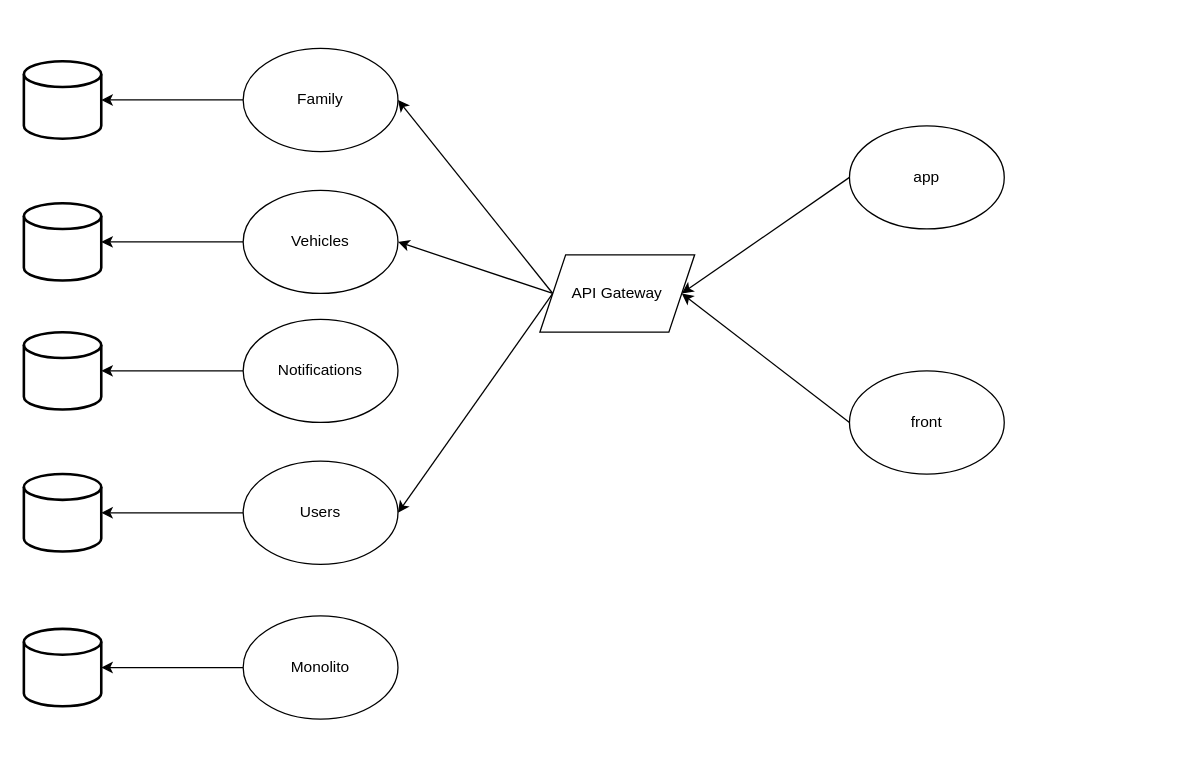
Earlier version of the draw.io diagram infra-diagram.drawio (BrianValdiviesoDev/curso-microservicios-ddd-ts). Source tidied: cells renumbered, new cells numbered last; positions are measured from the earlier drawing's top-left corner, leaving out a move shared by most shapes. Both pictures are drawn from the tidied source at 129%, with x=0, y=0 at pixel (23, 48).
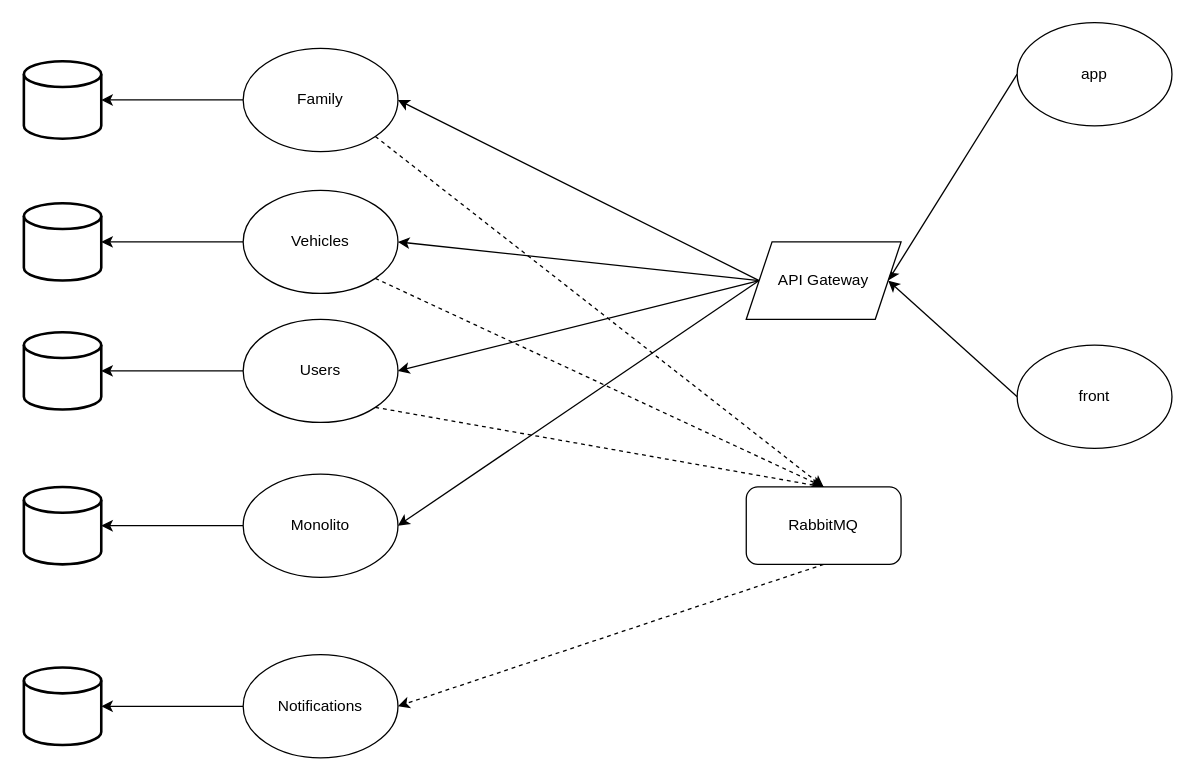
After the change.

Unchanged cells that the change refers to:
```xml
<mxCell id="5" value="Family" style="ellipse;whiteSpace=wrap;html=1;" parent="1" vertex="1">
  <mxGeometry x="170" width="120" height="80" as="geometry" />
</mxCell>
<mxCell id="7" value="Vehicles" style="ellipse;whiteSpace=wrap;html=1;" parent="1" vertex="1">
  <mxGeometry x="170" y="110" width="120" height="80" as="geometry" />
</mxCell>
```

The edit, as a diff of the source:
```diff
@@
+    <mxCell id="25" style="edgeStyle=none;html=1;exitX=1;exitY=1;exitDx=0;exitDy=0;entryX=0.5;entryY=0;entryDx=0;entryDy=0;dashed=1;" parent="1" edge="1" source="3" target="30">
+      <mxGeometry relative="1" as="geometry" />
+    </mxCell>
     <mxCell id="3" value="Users" style="ellipse;whiteSpace=wrap;html=1;" parent="1" vertex="1">
-      <mxGeometry x="170" y="320" width="120" height="80" as="geometry" />
+      <mxGeometry x="170" y="210" width="120" height="80" as="geometry" />
     </mxCell>
@@
+    <mxCell id="26" style="edgeStyle=none;html=1;exitX=1;exitY=1;exitDx=0;exitDy=0;entryX=0.5;entryY=0;entryDx=0;entryDy=0;dashed=1;" parent="1" edge="1" source="5" target="30">
+      <mxGeometry relative="1" as="geometry" />
+    </mxCell>
@@
+    <mxCell id="27" style="edgeStyle=none;html=1;exitX=1;exitY=1;exitDx=0;exitDy=0;entryX=0.5;entryY=0;entryDx=0;entryDy=0;dashed=1;" parent="1" edge="1" source="7" target="30">
+      <mxGeometry relative="1" as="geometry" />
+    </mxCell>
@@
     <mxCell id="9" value="Notifications" style="ellipse;whiteSpace=wrap;html=1;" parent="1" vertex="1">
-      <mxGeometry x="170" y="210" width="120" height="80" as="geometry" />
+      <mxGeometry x="170" y="470" width="120" height="80" as="geometry" />
     </mxCell>
@@
     <mxCell id="12" style="strokeWidth=2;html=1;shape=mxgraph.flowchart.database;whiteSpace=wrap;" parent="1" vertex="1">
-      <mxGeometry y="220" width="60" height="60" as="geometry" />
+      <mxGeometry y="480" width="60" height="60" as="geometry" />
     </mxCell>
     <mxCell id="13" style="strokeWidth=2;html=1;shape=mxgraph.flowchart.database;whiteSpace=wrap;" parent="1" vertex="1">
-      <mxGeometry y="330" width="60" height="60" as="geometry" />
+      <mxGeometry y="220" width="60" height="60" as="geometry" />
     </mxCell>
@@
     <mxCell id="15" value="front" style="ellipse;whiteSpace=wrap;html=1;" parent="1" vertex="1">
-      <mxGeometry x="640" y="250" width="120" height="80" as="geometry" />
+      <mxGeometry x="770" y="230" width="120" height="80" as="geometry" />
     </mxCell>
@@
     <mxCell id="17" value="app" style="ellipse;whiteSpace=wrap;html=1;" parent="1" vertex="1">
-      <mxGeometry x="640" y="60" width="120" height="80" as="geometry" />
+      <mxGeometry x="770" y="-20" width="120" height="80" as="geometry" />
     </mxCell>
@@
+    <mxCell id="28" style="edgeStyle=none;html=1;exitX=0;exitY=0.5;exitDx=0;exitDy=0;entryX=1;entryY=0.5;entryDx=0;entryDy=0;" parent="1" edge="1" source="21" target="23">
+      <mxGeometry relative="1" as="geometry" />
+    </mxCell>
     <mxCell id="21" value="API Gateway" style="shape=parallelogram;perimeter=parallelogramPerimeter;whiteSpace=wrap;html=1;fixedSize=1;" parent="1" vertex="1">
-      <mxGeometry x="400" y="160" width="120" height="60" as="geometry" />
+      <mxGeometry x="560" y="150" width="120" height="60" as="geometry" />
     </mxCell>
@@
     <mxCell id="23" value="Monolito" style="ellipse;whiteSpace=wrap;html=1;" parent="1" vertex="1">
-      <mxGeometry x="170" y="440" width="120" height="80" as="geometry" />
+      <mxGeometry x="170" y="330" width="120" height="80" as="geometry" />
     </mxCell>
     <mxCell id="24" style="strokeWidth=2;html=1;shape=mxgraph.flowchart.database;whiteSpace=wrap;" parent="1" vertex="1">
-      <mxGeometry y="450" width="60" height="60" as="geometry" />
+      <mxGeometry y="340" width="60" height="60" as="geometry" />
     </mxCell>
+    <mxCell id="29" style="edgeStyle=none;html=1;exitX=0.5;exitY=1;exitDx=0;exitDy=0;entryX=1;entryY=0.5;entryDx=0;entryDy=0;dashed=1;" parent="1" edge="1" source="30" target="9">
+      <mxGeometry relative="1" as="geometry" />
+    </mxCell>
+    <mxCell id="30" value="RabbitMQ" style="rounded=1;whiteSpace=wrap;html=1;" parent="1" vertex="1">
+      <mxGeometry x="560" y="340" width="120" height="60" as="geometry" />
+    </mxCell>
```
